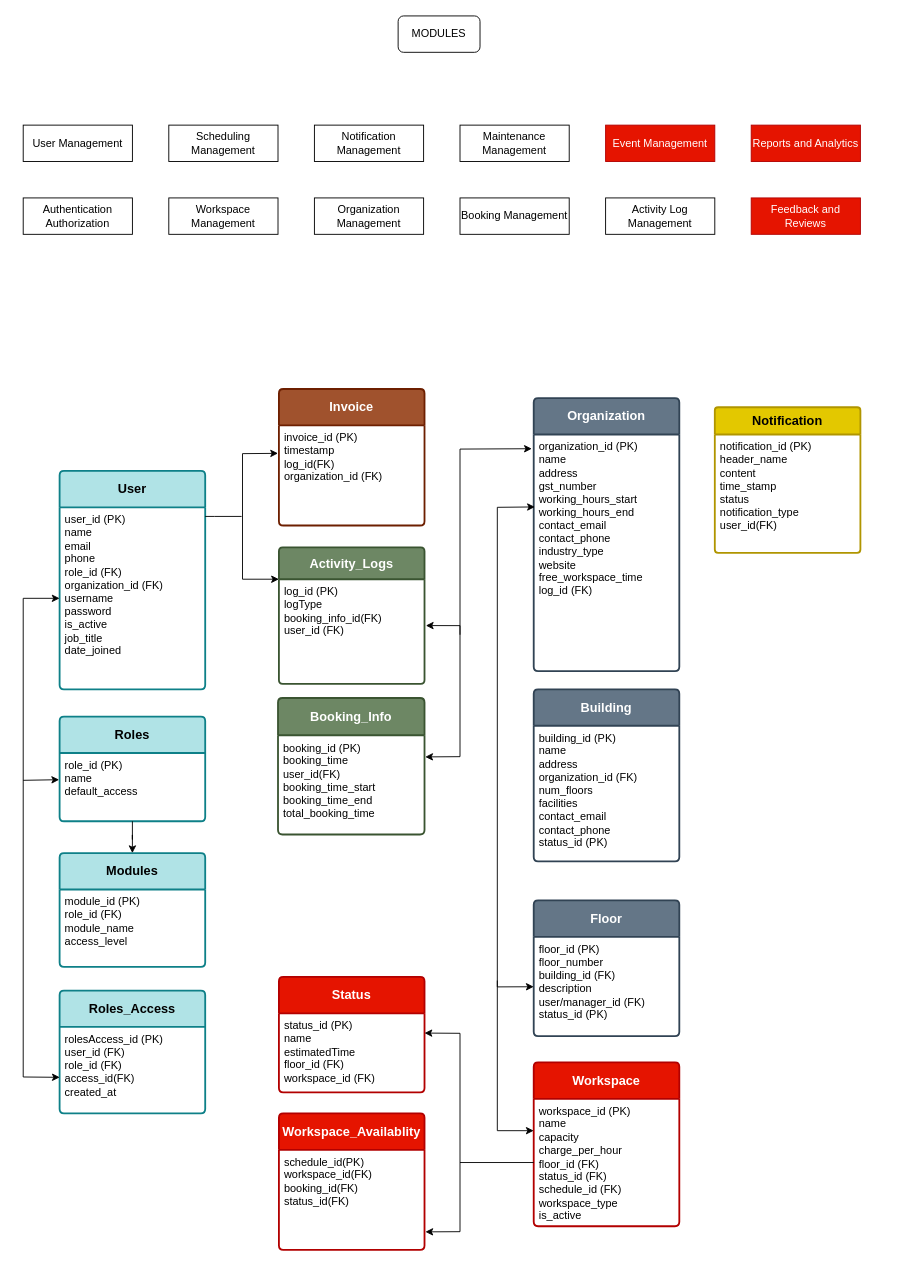
singhkrishna7481/draw-io-diagrams keeps this draw.io diagram as ERD-06-01-2025.drawio. Above is the earlier version. Source tidied: cells renumbered, new cells numbered last; positions are measured from the earlier drawing's top-left corner, leaving out a move shared by most shapes. Both pictures are drawn from the tidied source at 91%, with x=0, y=0 at pixel (23, 15).
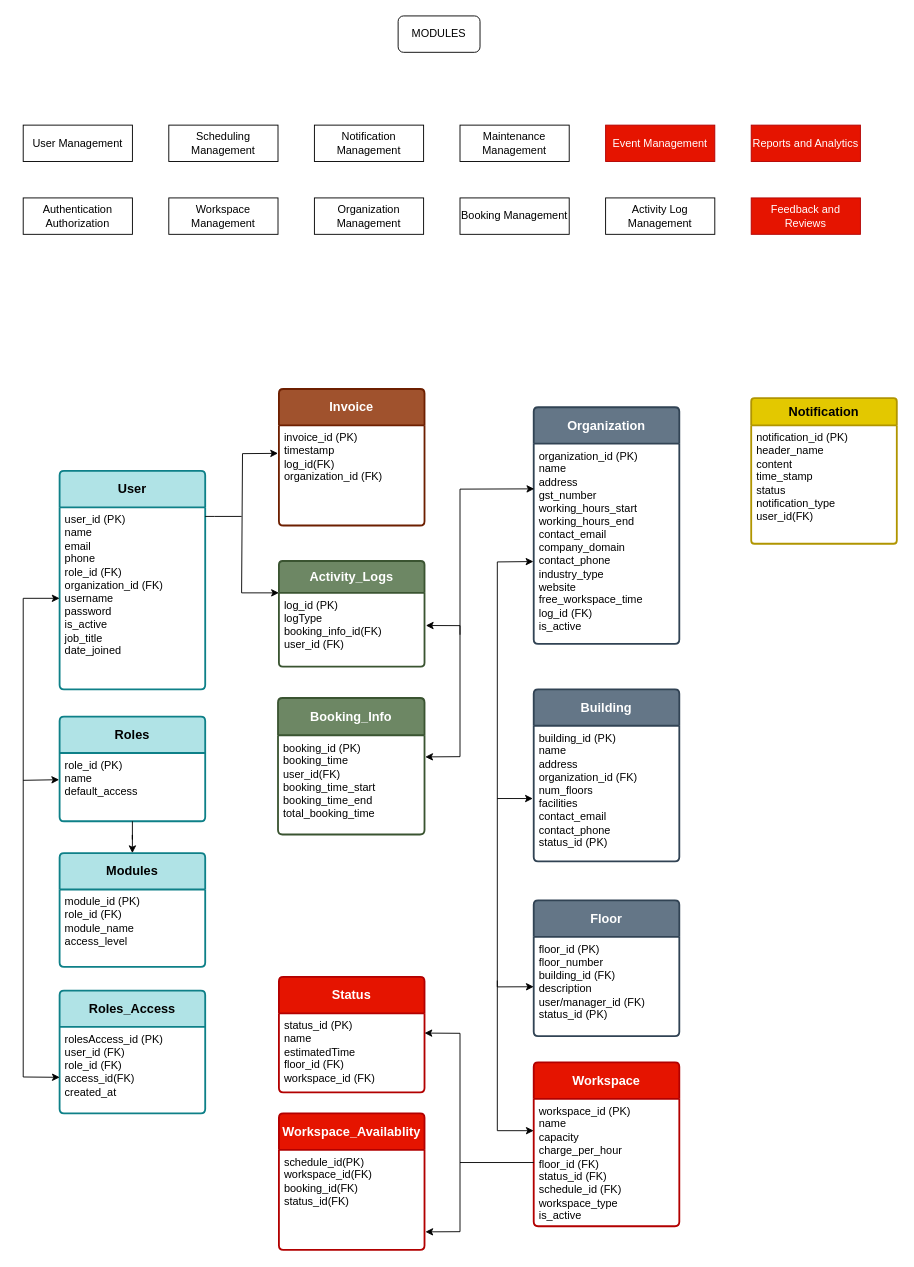
The same page after the edit.

Unchanged cells that the change refers to:
```xml
<mxCell id="18" value="building_id (PK)&lt;br&gt;name&lt;br&gt;address&lt;br&gt;organization_id (FK)&lt;br&gt;num_floors&lt;br&gt;facilities&lt;br&gt;contact_email&lt;br&gt;&lt;div&gt;contact_phone&lt;/div&gt;&lt;div&gt;status_id (PK)&lt;/div&gt;" style="align=left;strokeColor=none;fillColor=none;spacingLeft=4;fontSize=12;verticalAlign=top;html=1;" parent="17" vertex="1">
  <mxGeometry y="40" width="160" height="149" as="geometry" />
</mxCell>
<mxCell id="20" value="floor_id (PK)&lt;br&gt;floor_number&lt;br&gt;building_id (FK)&lt;br&gt;description&lt;br&gt;&lt;div&gt;user/manager_id (FK)&lt;/div&gt;&lt;div&gt;status_id (PK)&lt;/div&gt;" style="align=left;strokeColor=none;fillColor=none;spacingLeft=4;fontSize=12;verticalAlign=top;html=1;" parent="19" vertex="1">
  <mxGeometry y="40" width="160" height="109" as="geometry" />
</mxCell>
<mxCell id="38" value="&lt;div&gt;invoice_id (PK)&lt;/div&gt;timestamp&lt;br&gt;&lt;div&gt;log_id(FK)&lt;/div&gt;&lt;div&gt;organization_id (FK)&lt;/div&gt;" style="align=left;strokeColor=none;fillColor=none;spacingLeft=4;fontSize=12;verticalAlign=top;html=1;" parent="37" vertex="1">
  <mxGeometry y="40" width="160" height="110" as="geometry" />
</mxCell>
```

Diff of the diagram source:
```diff
@@
     <mxCell id="15" value="&lt;div&gt;&lt;span&gt;&lt;strong&gt;Organization&lt;/strong&gt;&lt;/span&gt;&lt;br&gt;&lt;/div&gt;" style="swimlane;horizontal=1;startSize=40;rounded=1;fontSize=14;fontStyle=0;strokeWidth=2;shadow=0;dashed=0;align=center;arcSize=4;whiteSpace=wrap;html=1;fillColor=#647687;fontColor=#ffffff;strokeColor=#314354;" parent="1" vertex="1">
-      <mxGeometry x="561" y="420" width="160" height="300" as="geometry" />
+      <mxGeometry x="561" y="430" width="160" height="260" as="geometry" />
     </mxCell>
-    <mxCell id="16" value="organization_id (PK)&lt;br&gt;name&lt;br&gt;address&lt;br&gt;gst_number &lt;br&gt;working_hours_start&lt;br&gt;working_hours_end&lt;br&gt;contact_email&lt;br&gt;contact_phone&lt;br&gt;industry_type&lt;br&gt;&lt;div&gt;website&lt;/div&gt;&lt;div&gt;free_workspace_time&lt;/div&gt;&lt;div&gt;log_id (FK)&lt;/div&gt;" style="align=left;strokeColor=none;fillColor=none;spacingLeft=4;fontSize=12;verticalAlign=top;html=1;" parent="15" vertex="1">
-      <mxGeometry y="40" width="160" height="260" as="geometry" />
+    <mxCell id="16" value="organization_id (PK)&lt;br&gt;name&lt;br&gt;address&lt;br&gt;gst_number &lt;br&gt;working_hours_start&lt;br&gt;working_hours_end&lt;br&gt;&lt;div&gt;contact_email&lt;/div&gt;&lt;div&gt;company_domain&lt;br&gt;&lt;/div&gt;contact_phone&lt;br&gt;industry_type&lt;br&gt;&lt;div&gt;website&lt;/div&gt;&lt;div&gt;free_workspace_time&lt;/div&gt;&lt;div&gt;log_id (FK)&lt;/div&gt;&lt;div&gt;is_active&lt;/div&gt;" style="align=left;strokeColor=none;fillColor=none;spacingLeft=4;fontSize=12;verticalAlign=top;html=1;" parent="15" vertex="1">
+      <mxGeometry y="40" width="160" height="220" as="geometry" />
     </mxCell>
@@
     <mxCell id="33" value="&lt;b&gt;Activity_Logs&lt;br&gt;&lt;/b&gt;" style="swimlane;horizontal=1;startSize=35;rounded=1;fontSize=14;fontStyle=0;strokeWidth=2;shadow=0;dashed=0;align=center;arcSize=4;whiteSpace=wrap;html=1;fillColor=#6d8764;fontColor=#ffffff;strokeColor=#3A5431;" parent="1" vertex="1">
-      <mxGeometry x="281" y="584" width="160" height="150" as="geometry" />
+      <mxGeometry x="281" y="599" width="160" height="116" as="geometry" />
     </mxCell>
     <mxCell id="34" value="log_id (PK)&lt;br&gt;logType&lt;br&gt;&lt;div&gt;booking_info_id(FK)&lt;/div&gt;&lt;div&gt;user_id (FK)&lt;/div&gt;" style="align=left;strokeColor=none;fillColor=none;spacingLeft=4;fontSize=12;verticalAlign=top;html=1;" parent="33" vertex="1">
-      <mxGeometry y="35" width="160" height="115" as="geometry" />
+      <mxGeometry y="35" width="160" height="81" as="geometry" />
     </mxCell>
@@
     <mxCell id="41" value="&lt;b&gt;Notification&lt;/b&gt;" style="swimlane;horizontal=1;startSize=30;rounded=1;fontSize=14;fontStyle=0;strokeWidth=2;shadow=0;dashed=0;align=center;arcSize=4;whiteSpace=wrap;html=1;fillColor=#e3c800;fontColor=#000000;strokeColor=#B09500;" parent="1" vertex="1">
-      <mxGeometry x="760" y="430" width="160" height="160" as="geometry" />
+      <mxGeometry x="800" y="420" width="160" height="160" as="geometry" />
     </mxCell>
@@
-    <mxCell id="45" style="endArrow=classic;startArrow=classic;html=1;rounded=0;entryX=0.008;entryY=0.306;entryDx=0;entryDy=0;entryPerimeter=0;" parent="1" edge="1" source="20" target="16">
+    <mxCell id="45" style="endArrow=classic;startArrow=classic;html=1;rounded=0;entryX=-0.002;entryY=0.589;entryDx=0;entryDy=0;entryPerimeter=0;" parent="1" edge="1" source="20" target="16">
       <mxGeometry relative="1" as="geometry">
         <Array as="points">
           <mxPoint x="521" y="1067" />
-          <mxPoint x="521" y="540" />
+          <mxPoint x="521" y="600" />
         </Array>
       </mxGeometry>
     </mxCell>
@@
     <mxCell id="49" style="endArrow=classic;startArrow=classic;html=1;rounded=0;entryX=-0.006;entryY=0.279;entryDx=0;entryDy=0;exitX=0;exitY=0;exitDx=0;exitDy=0;entryPerimeter=0;" parent="1" edge="1" source="34" target="38">
       <mxGeometry relative="1" as="geometry">
         <Array as="points">
-          <mxPoint x="241" y="619" />
+          <mxPoint x="240" y="634" />
           <mxPoint x="241" y="481" />
         </Array>
       </mxGeometry>
     </mxCell>
-    <mxCell id="50" style="endArrow=classic;html=1;rounded=0;entryX=-0.013;entryY=0.06;entryDx=0;entryDy=0;entryPerimeter=0;" parent="1" edge="1" target="16">
+    <mxCell id="50" style="endArrow=classic;html=1;rounded=0;entryX=0.004;entryY=0.226;entryDx=0;entryDy=0;entryPerimeter=0;" parent="1" edge="1" target="16">
       <mxGeometry relative="1" as="geometry">
         <mxPoint x="480" y="680" as="sourcePoint" />
         <Array as="points">
-          <mxPoint x="480" y="476" />
+          <mxPoint x="480" y="520" />
         </Array>
       </mxGeometry>
     </mxCell>
@@
+    <mxCell id="54" style="endArrow=classic;html=1;rounded=0;entryX=-0.006;entryY=0.537;entryDx=0;entryDy=0;entryPerimeter=0;" parent="1" edge="1" target="18">
+      <mxGeometry relative="1" as="geometry">
+        <mxPoint x="521" y="860" as="sourcePoint" />
+      </mxGeometry>
+    </mxCell>
```
